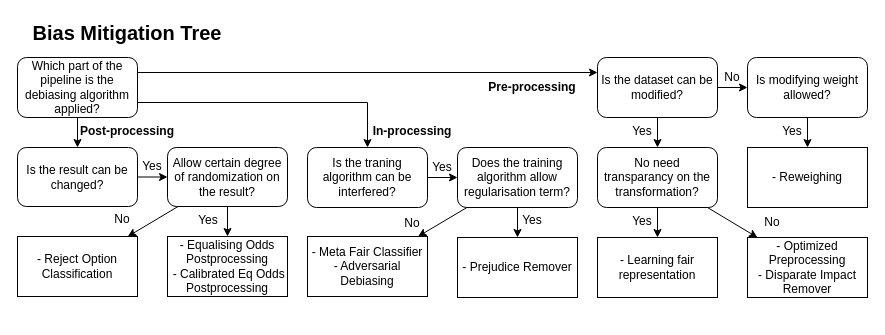
York-and-Maastricht-Data-Science-Group/fairml-journal keeps this draw.io diagram as page "Bias Mitigation" (2 of 4) of figures/decision_tree.drawio. Above is the earlier version. Source tidied: cells renumbered, new cells numbered last; positions are measured from the earlier drawing's top-left corner, leaving out a move shared by most shapes. Both pictures are drawn from the tidied source at 100%, with x=0, y=0 at pixel (17, 17).
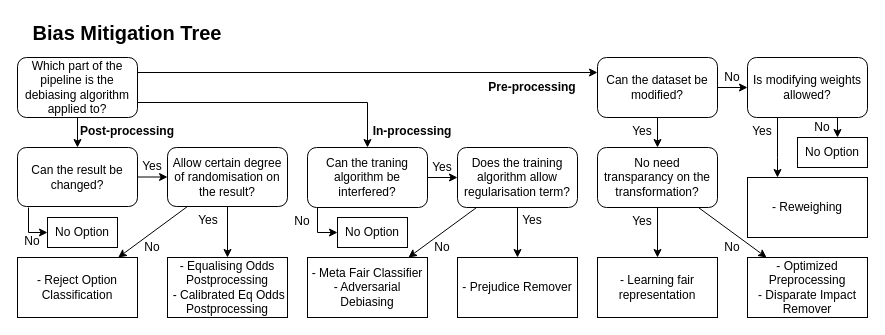
The same diagram, later.

Diff of the diagram source:
```diff
@@
-    <mxCell id="3" value="Is the dataset can be modified?" style="rounded=1;whiteSpace=wrap;html=1;" parent="1" vertex="1">
+    <mxCell id="3" value="Can the dataset be modified?" style="rounded=1;whiteSpace=wrap;html=1;" parent="1" vertex="1">
       <mxGeometry x="580" y="40" width="120" height="60" as="geometry" />
     </mxCell>
-    <mxCell id="4" value="Is the traning algorithm can be interfered?" style="rounded=1;whiteSpace=wrap;html=1;" parent="1" vertex="1">
+    <mxCell id="4" value="Can the traning algorithm be interfered?" style="rounded=1;whiteSpace=wrap;html=1;" parent="1" vertex="1">
       <mxGeometry x="290" y="130" width="120" height="60" as="geometry" />
     </mxCell>
-    <mxCell id="5" value="Is the result can be &lt;br&gt;changed?" style="rounded=1;whiteSpace=wrap;html=1;" parent="1" vertex="1">
+    <mxCell id="5" value="Can the result be &lt;br&gt;changed?" style="rounded=1;whiteSpace=wrap;html=1;" parent="1" vertex="1">
       <mxGeometry y="130" width="120" height="59" as="geometry" />
     </mxCell>
     <mxCell id="6" value="&lt;div&gt;- Optimized Preprocessing&lt;/div&gt;&lt;div&gt;&lt;span&gt;- Disparate Impact Remover&lt;/span&gt;&lt;/div&gt;" style="rounded=0;whiteSpace=wrap;html=1;" parent="1" vertex="1">
-      <mxGeometry x="730" y="220" width="120" height="60" as="geometry" />
+      <mxGeometry x="730" y="240" width="120" height="60" as="geometry" />
     </mxCell>
@@
     <mxCell id="9" value="&lt;div&gt;&lt;span style=&quot;font-weight: normal&quot;&gt;- Learning fair representation&lt;/span&gt;&lt;/div&gt;" style="rounded=0;whiteSpace=wrap;html=1;fontStyle=1;" parent="1" vertex="1">
-      <mxGeometry x="580" y="220" width="120" height="60" as="geometry" />
+      <mxGeometry x="580" y="240" width="120" height="60" as="geometry" />
     </mxCell>
     <mxCell id="10" value="&lt;div&gt;- Reweighing&lt;/div&gt;" style="rounded=0;whiteSpace=wrap;html=1;" parent="1" vertex="1">
-      <mxGeometry x="730" y="130" width="120" height="60" as="geometry" />
+      <mxGeometry x="730" y="160" width="120" height="60" as="geometry" />
     </mxCell>
     <mxCell id="11" style="edgeStyle=orthogonalEdgeStyle;rounded=0;jettySize=auto;html=1;" parent="1" edge="1" source="12" target="10">
-      <mxGeometry relative="1" as="geometry" />
+      <mxGeometry relative="1" as="geometry">
+        <Array as="points">
+          <mxPoint x="760" y="140" />
+          <mxPoint x="760" y="140" />
+        </Array>
+      </mxGeometry>
     </mxCell>
-    <mxCell id="12" value="Is modifying weight allowed?" style="rounded=1;whiteSpace=wrap;html=1;" parent="1" vertex="1">
+    <mxCell id="12" value="Is modifying weights allowed?" style="rounded=1;whiteSpace=wrap;html=1;" parent="1" vertex="1">
       <mxGeometry x="730" y="40" width="120" height="60" as="geometry" />
     </mxCell>
     <mxCell id="13" value="&lt;div&gt;- Meta Fair Classifier&lt;/div&gt;&lt;div&gt;&lt;span&gt;- Adversarial Debiasing&lt;/span&gt;&lt;/div&gt;" style="rounded=0;whiteSpace=wrap;html=1;" parent="1" vertex="1">
-      <mxGeometry x="290" y="219" width="120" height="60" as="geometry" />
+      <mxGeometry x="290" y="240" width="120" height="60" as="geometry" />
     </mxCell>
     <mxCell id="14" value="Yes" style="text;html=1;strokeColor=none;fillColor=none;align=center;verticalAlign=middle;whiteSpace=wrap;rounded=0;" parent="1" vertex="1">
-      <mxGeometry x="760" y="104" width="30" height="20" as="geometry" />
+      <mxGeometry x="730" y="104" width="30" height="20" as="geometry" />
     </mxCell>
@@
     <mxCell id="16" value="&lt;span style=&quot;font-weight: normal&quot;&gt;- Prejudice Remover&lt;/span&gt;" style="rounded=0;whiteSpace=wrap;html=1;fontStyle=1;" parent="1" vertex="1">
-      <mxGeometry x="440" y="220" width="120" height="60" as="geometry" />
+      <mxGeometry x="440" y="240" width="120" height="60" as="geometry" />
     </mxCell>
@@
     <mxCell id="22" value="&lt;span style=&quot;font-weight: normal&quot;&gt;-&amp;nbsp;&lt;/span&gt;&lt;span style=&quot;font-weight: 400&quot;&gt;Reject Option Classification&lt;/span&gt;" style="rounded=0;whiteSpace=wrap;html=1;fontStyle=1;" parent="1" vertex="1">
-      <mxGeometry y="219" width="120" height="60" as="geometry" />
+      <mxGeometry y="240" width="120" height="60" as="geometry" />
     </mxCell>
@@
     <mxCell id="24" value="&lt;div&gt;- Equalising Odds Postprocessing&lt;/div&gt;&lt;div&gt;&lt;span&gt;&amp;nbsp;- Calibrated Eq Odds Postprocessing&lt;/span&gt;&lt;/div&gt;" style="rounded=0;whiteSpace=wrap;html=1;" parent="1" vertex="1">
-      <mxGeometry x="150" y="219" width="120" height="60" as="geometry" />
+      <mxGeometry x="150" y="240" width="120" height="60" as="geometry" />
     </mxCell>
@@
-    <mxCell id="26" value="Allow certain degree of randomization on the result?" style="rounded=1;whiteSpace=wrap;html=1;" parent="1" vertex="1">
+    <mxCell id="26" value="Allow certain degree of randomisation on the result?" style="rounded=1;whiteSpace=wrap;html=1;" parent="1" vertex="1">
       <mxGeometry x="150" y="130" width="120" height="59" as="geometry" />
     </mxCell>
@@
     <mxCell id="31" value="No" style="text;html=1;strokeColor=none;fillColor=none;align=center;verticalAlign=middle;whiteSpace=wrap;rounded=0;" parent="1" vertex="1">
-      <mxGeometry x="90" y="192" width="30" height="20" as="geometry" />
+      <mxGeometry x="120" y="220" width="30" height="20" as="geometry" />
     </mxCell>
@@
     <mxCell id="34" value="No" style="text;html=1;strokeColor=none;fillColor=none;align=center;verticalAlign=middle;whiteSpace=wrap;rounded=0;" parent="1" vertex="1">
-      <mxGeometry x="380" y="196" width="30" height="20" as="geometry" />
+      <mxGeometry x="410" y="220" width="30" height="20" as="geometry" />
     </mxCell>
@@
     <mxCell id="38" value="No" style="text;html=1;strokeColor=none;fillColor=none;align=center;verticalAlign=middle;whiteSpace=wrap;rounded=0;" parent="1" vertex="1">
-      <mxGeometry x="740" y="195" width="30" height="20" as="geometry" />
+      <mxGeometry x="700" y="220" width="30" height="20" as="geometry" />
     </mxCell>
-    <mxCell id="39" value="Which part of the pipeline is the debiasing algorithm applied?" style="rounded=1;whiteSpace=wrap;html=1;" parent="1" vertex="1">
+    <mxCell id="39" value="Which part of the pipeline is the debiasing algorithm applied to?" style="rounded=1;whiteSpace=wrap;html=1;" parent="1" vertex="1">
       <mxGeometry y="40" width="120" height="60" as="geometry" />
     </mxCell>
@@
+    <mxCell id="46" value="&lt;span style=&quot;font-weight: 400;&quot;&gt;No Option&lt;/span&gt;" style="rounded=0;whiteSpace=wrap;html=1;fontStyle=1;" parent="1" vertex="1">
+      <mxGeometry x="780" y="120" width="70" height="30" as="geometry" />
+    </mxCell>
+    <mxCell id="47" style="edgeStyle=orthogonalEdgeStyle;rounded=0;jettySize=auto;html=1;exitX=0.75;exitY=1;exitDx=0;exitDy=0;" parent="1" edge="1" source="12" target="46">
+      <mxGeometry relative="1" as="geometry">
+        <Array as="points">
+          <mxPoint x="820" y="120" />
+          <mxPoint x="820" y="120" />
+        </Array>
+      </mxGeometry>
+    </mxCell>
+    <mxCell id="48" value="No" style="text;html=1;strokeColor=none;fillColor=none;align=center;verticalAlign=middle;whiteSpace=wrap;rounded=0;" parent="1" vertex="1">
+      <mxGeometry x="790" y="100" width="30" height="20" as="geometry" />
+    </mxCell>
+    <mxCell id="49" value="&lt;span style=&quot;font-weight: 400;&quot;&gt;No Option&lt;/span&gt;" style="rounded=0;whiteSpace=wrap;html=1;fontStyle=1;" parent="1" vertex="1">
+      <mxGeometry x="320" y="200" width="70" height="30" as="geometry" />
+    </mxCell>
+    <mxCell id="50" style="endArrow=classic;html=1;rounded=0;entryX=0;entryY=0.5;entryDx=0;entryDy=0;" parent="1" edge="1" target="49">
+      <mxGeometry relative="1" as="geometry">
+        <mxPoint x="300" y="190" as="sourcePoint" />
+        <Array as="points">
+          <mxPoint x="300" y="215" />
+        </Array>
+      </mxGeometry>
+    </mxCell>
+    <mxCell id="51" value="No" style="text;html=1;strokeColor=none;fillColor=none;align=center;verticalAlign=middle;whiteSpace=wrap;rounded=0;" parent="1" vertex="1">
+      <mxGeometry x="270" y="194" width="30" height="20" as="geometry" />
+    </mxCell>
+    <mxCell id="52" value="&lt;span style=&quot;font-weight: 400;&quot;&gt;No Option&lt;/span&gt;" style="rounded=0;whiteSpace=wrap;html=1;fontStyle=1;" parent="1" vertex="1">
+      <mxGeometry x="30" y="200" width="70" height="30" as="geometry" />
+    </mxCell>
+    <mxCell id="53" style="endArrow=classic;html=1;rounded=0;entryX=0;entryY=0.5;entryDx=0;entryDy=0;" parent="1" edge="1" target="52">
+      <mxGeometry relative="1" as="geometry">
+        <mxPoint x="11" y="190" as="sourcePoint" />
+        <Array as="points">
+          <mxPoint x="11" y="215" />
+        </Array>
+      </mxGeometry>
+    </mxCell>
+    <mxCell id="54" value="No" style="text;html=1;strokeColor=none;fillColor=none;align=center;verticalAlign=middle;whiteSpace=wrap;rounded=0;" parent="1" vertex="1">
+      <mxGeometry y="214" width="30" height="20" as="geometry" />
+    </mxCell>
```
